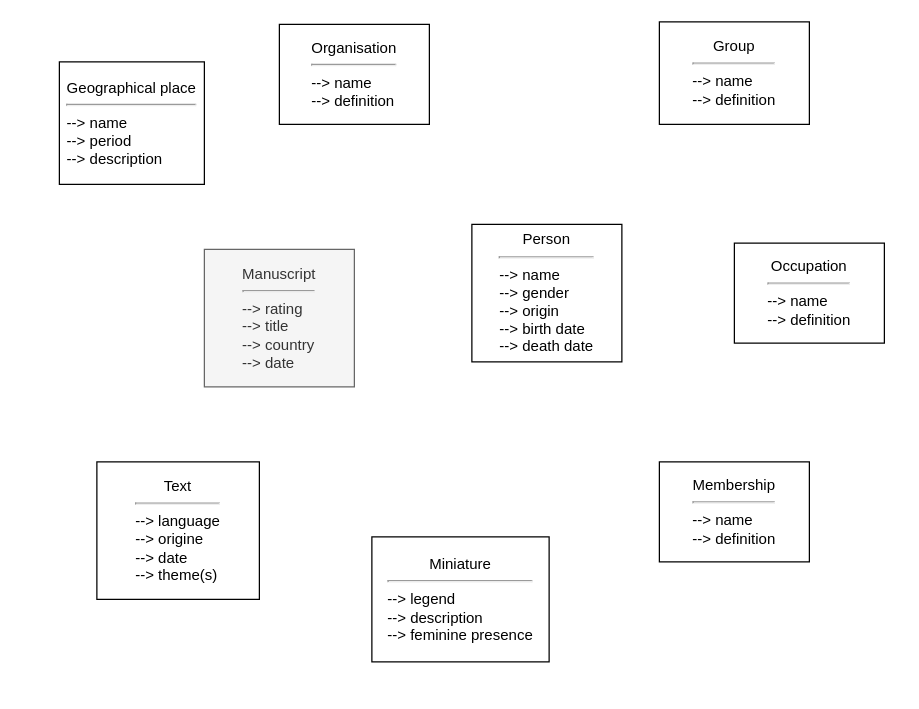
Earlier version of the draw.io diagram Diagramme_manuscrits_enlluminés.drawio (ellieiri/enluminures_arthuriennes). Source tidied: cells renumbered, new cells numbered last; positions are measured from the earlier drawing's top-left corner, leaving out a move shared by most shapes. Both pictures are drawn from the tidied source at 125%, with x=0, y=0 at pixel (59, 21).
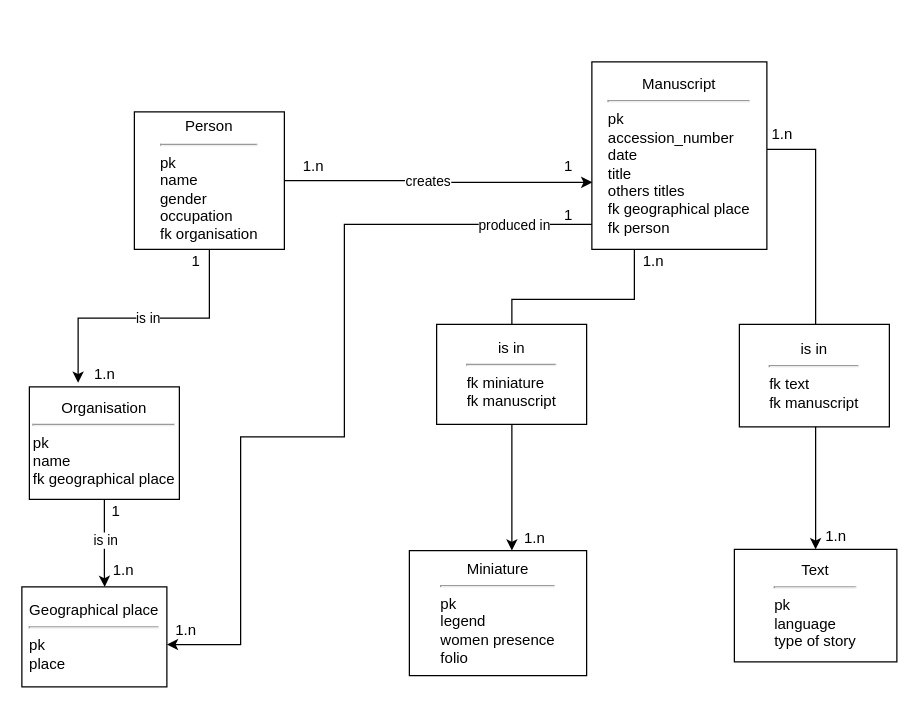
After the change.

Commit message:
Mettre à jour Diagramme_manuscrits_enlluminés.drawio

The edit, as a diff of the source:
```diff
@@
+    <mxCell id="11" style="edgeStyle=orthogonalEdgeStyle;rounded=0;jettySize=auto;html=1;exitX=0;exitY=0.75;exitDx=0;exitDy=0;" parent="1" edge="1" source="2">
+      <mxGeometry relative="1" as="geometry">
+        <mxPoint x="86" y="498.1" as="targetPoint" />
+        <Array as="points">
+          <mxPoint x="430" y="162" />
+          <mxPoint x="228" y="162" />
+          <mxPoint x="228" y="332" />
+          <mxPoint x="145" y="332" />
+          <mxPoint x="145" y="498" />
+        </Array>
+      </mxGeometry>
+    </mxCell>
+    <mxCell id="12" value="produced in" style="edgeLabel;html=1;align=center;verticalAlign=middle;" parent="11" vertex="1">
+      <mxGeometry x="-0.75" relative="1" as="geometry" />
+    </mxCell>
+    <mxCell id="13" style="edgeStyle=orthogonalEdgeStyle;rounded=0;jettySize=auto;html=1;" parent="1" edge="1" source="2" target="4">
+      <mxGeometry relative="1" as="geometry">
+        <Array as="points">
+          <mxPoint x="460" y="222" />
+          <mxPoint x="362" y="222" />
+        </Array>
+      </mxGeometry>
+    </mxCell>
+    <mxCell id="14" style="edgeStyle=orthogonalEdgeStyle;rounded=0;jettySize=auto;html=1;entryX=0.5;entryY=0;entryDx=0;entryDy=0;" parent="1" edge="1" source="2" target="5">
+      <mxGeometry relative="1" as="geometry">
+        <Array as="points">
+          <mxPoint x="605" y="102" />
+        </Array>
+      </mxGeometry>
+    </mxCell>
-    <mxCell id="2" value="&lt;div&gt;Manuscript&lt;/div&gt;&lt;div&gt;&lt;hr&gt;&lt;/div&gt;&lt;div align=&quot;left&quot;&gt;--&amp;gt; rating&lt;br&gt;--&amp;gt; title&lt;br&gt;--&amp;gt; country&lt;br&gt;--&amp;gt; date&lt;br&gt;&lt;/div&gt;" style="rounded=0;whiteSpace=wrap;html=1;fillColor=#f5f5f5;strokeColor=#666666;fontColor=#333333;" parent="1" vertex="1">
-      <mxGeometry x="116" y="182" width="120" height="110" as="geometry" />
+    <mxCell id="2" value="&lt;div&gt;Manuscript&lt;/div&gt;&lt;div&gt;&lt;hr&gt;&lt;/div&gt;&lt;div align=&quot;left&quot;&gt;pk&lt;/div&gt;&lt;div align=&quot;left&quot;&gt;accession_number&lt;/div&gt;&lt;div align=&quot;left&quot;&gt;date&lt;/div&gt;&lt;div align=&quot;left&quot;&gt;title&lt;/div&gt;&lt;div align=&quot;left&quot;&gt;others titles&lt;/div&gt;&lt;div align=&quot;left&quot;&gt;fk geographical place&lt;/div&gt;&lt;div align=&quot;left&quot;&gt;fk person&lt;br&gt;&lt;/div&gt;" style="rounded=0;whiteSpace=wrap;html=1;" parent="1" vertex="1">
+      <mxGeometry x="426" y="32" width="140" height="150" as="geometry" />
     </mxCell>
+    <mxCell id="15" style="edgeStyle=orthogonalEdgeStyle;rounded=0;jettySize=auto;html=1;entryX=0.571;entryY=0.001;entryDx=0;entryDy=0;entryPerimeter=0;" parent="1" edge="1" source="3" target="6">
+      <mxGeometry relative="1" as="geometry">
+        <Array as="points">
+          <mxPoint x="36" y="442" />
+          <mxPoint x="36" y="442" />
+        </Array>
+      </mxGeometry>
+    </mxCell>
+    <mxCell id="16" value="is in" style="edgeLabel;html=1;align=center;verticalAlign=middle;" parent="15" vertex="1">
+      <mxGeometry x="-0.08" y="-1" relative="1" as="geometry">
+        <mxPoint x="1" as="offset" />
+      </mxGeometry>
+    </mxCell>
-    <mxCell id="3" value="&lt;div&gt;Organisation&lt;br&gt;&lt;/div&gt;&lt;div&gt;&lt;hr&gt;&lt;/div&gt;&lt;div align=&quot;left&quot;&gt;--&amp;gt; name&lt;br&gt;--&amp;gt; definition&lt;br&gt;&lt;/div&gt;" style="rounded=0;whiteSpace=wrap;html=1;" parent="1" vertex="1">
-      <mxGeometry x="176" y="2" width="120" height="80" as="geometry" />
+    <mxCell id="3" value="&lt;div&gt;Organisation&lt;br&gt;&lt;/div&gt;&lt;div&gt;&lt;hr&gt;&lt;/div&gt;&lt;div align=&quot;left&quot;&gt;pk&lt;br&gt;name&lt;/div&gt;&lt;div align=&quot;left&quot;&gt;fk geographical place&lt;br&gt;&lt;/div&gt;" style="rounded=0;whiteSpace=wrap;html=1;" parent="1" vertex="1">
+      <mxGeometry x="-24" y="292" width="120" height="90" as="geometry" />
     </mxCell>
-    <mxCell id="4" value="&lt;div&gt;Miniature&lt;br&gt;&lt;/div&gt;&lt;div&gt;&lt;hr&gt;&lt;/div&gt;&lt;div align=&quot;left&quot;&gt;--&amp;gt; legend&lt;br&gt;--&amp;gt; description&lt;br&gt;--&amp;gt; feminine presence&lt;br&gt;&lt;/div&gt;" style="rounded=0;whiteSpace=wrap;html=1;" parent="1" vertex="1">
-      <mxGeometry x="250" y="412" width="141.8" height="100" as="geometry" />
+    <mxCell id="4" value="&lt;div&gt;Miniature&lt;br&gt;&lt;/div&gt;&lt;div&gt;&lt;hr&gt;&lt;/div&gt;&lt;div align=&quot;left&quot;&gt;pk&lt;/div&gt;&lt;div align=&quot;left&quot;&gt;legend&lt;/div&gt;&lt;div align=&quot;left&quot;&gt;women presence&lt;/div&gt;&lt;div align=&quot;left&quot;&gt;folio&lt;br&gt;&lt;/div&gt;" style="rounded=0;whiteSpace=wrap;html=1;" parent="1" vertex="1">
+      <mxGeometry x="280" y="423" width="141.8" height="100" as="geometry" />
     </mxCell>
-    <mxCell id="5" value="&lt;div align=&quot;center&quot;&gt;Text&lt;/div&gt;&lt;div align=&quot;center&quot;&gt;&lt;hr&gt;&lt;/div&gt;&lt;div align=&quot;left&quot;&gt;--&amp;gt; language&lt;br&gt;--&amp;gt; origine&lt;br&gt;--&amp;gt; date&lt;br&gt;--&amp;gt; theme(s)&lt;br&gt;&lt;/div&gt;" style="rounded=0;whiteSpace=wrap;html=1;align=center;" parent="1" vertex="1">
-      <mxGeometry x="30" y="352" width="130" height="110" as="geometry" />
+    <mxCell id="5" value="&lt;div align=&quot;center&quot;&gt;Text&lt;/div&gt;&lt;div align=&quot;center&quot;&gt;&lt;hr&gt;&lt;/div&gt;&lt;div align=&quot;left&quot;&gt;pk&lt;/div&gt;&lt;div align=&quot;left&quot;&gt;language&lt;/div&gt;&lt;div align=&quot;left&quot;&gt;type of story&lt;br&gt;&lt;/div&gt;" style="rounded=0;whiteSpace=wrap;html=1;align=center;" parent="1" vertex="1">
+      <mxGeometry x="540" y="422" width="130" height="90" as="geometry" />
     </mxCell>
-    <mxCell id="6" value="&lt;div&gt;Geographical place&lt;br&gt;&lt;/div&gt;&lt;div&gt;&lt;hr&gt;&lt;/div&gt;&lt;div align=&quot;left&quot;&gt;--&amp;gt; name&lt;br&gt;--&amp;gt; period&lt;br&gt;--&amp;gt; description&lt;br&gt;&lt;/div&gt;" style="rounded=0;whiteSpace=wrap;html=1;" parent="1" vertex="1">
-      <mxGeometry y="32" width="116" height="98" as="geometry" />
+    <mxCell id="6" value="&lt;div&gt;Geographical place&lt;br&gt;&lt;/div&gt;&lt;div&gt;&lt;hr&gt;&lt;/div&gt;&lt;div align=&quot;left&quot;&gt;pk&lt;/div&gt;&lt;div align=&quot;left&quot;&gt;place&lt;br&gt;&lt;/div&gt;" style="rounded=0;whiteSpace=wrap;html=1;" parent="1" vertex="1">
+      <mxGeometry x="-30" y="452" width="116" height="80" as="geometry" />
     </mxCell>
+    <mxCell id="17" style="edgeStyle=orthogonalEdgeStyle;rounded=0;jettySize=auto;html=1;entryX=1.152;entryY=0.913;entryDx=0;entryDy=0;entryPerimeter=0;" parent="1" edge="1" source="7" target="21">
+      <mxGeometry relative="1" as="geometry" />
+    </mxCell>
+    <mxCell id="18" value="creates" style="edgeLabel;html=1;align=center;verticalAlign=middle;" parent="17" vertex="1">
+      <mxGeometry x="-0.1" y="1" relative="1" as="geometry">
+        <mxPoint x="5" as="offset" />
+      </mxGeometry>
+    </mxCell>
+    <mxCell id="19" style="edgeStyle=orthogonalEdgeStyle;rounded=0;jettySize=auto;html=1;entryX=0.325;entryY=-0.036;entryDx=0;entryDy=0;entryPerimeter=0;" parent="1" edge="1" source="7" target="3">
+      <mxGeometry relative="1" as="geometry" />
+    </mxCell>
+    <mxCell id="20" value="is in" style="edgeLabel;html=1;align=center;verticalAlign=middle;" parent="19" vertex="1">
+      <mxGeometry x="0.03" y="-1" relative="1" as="geometry">
+        <mxPoint x="4" as="offset" />
+      </mxGeometry>
+    </mxCell>
-    <mxCell id="7" value="&lt;div&gt;Person&lt;br&gt;&lt;/div&gt;&lt;div&gt;&lt;hr&gt;&lt;/div&gt;&lt;div align=&quot;left&quot;&gt;--&amp;gt; name&lt;br&gt;&lt;/div&gt;&lt;div align=&quot;left&quot;&gt;--&amp;gt; gender&lt;br&gt;&lt;/div&gt;&lt;div align=&quot;left&quot;&gt;--&amp;gt; origin&lt;br&gt;--&amp;gt; birth date&lt;/div&gt;&lt;div align=&quot;left&quot;&gt;--&amp;gt; death date&lt;/div&gt;" style="rounded=0;whiteSpace=wrap;html=1;" parent="1" vertex="1">
-      <mxGeometry x="330" y="162" width="120" height="110" as="geometry" />
+    <mxCell id="7" value="&lt;div&gt;Person&lt;br&gt;&lt;/div&gt;&lt;div&gt;&lt;hr&gt;&lt;/div&gt;&lt;div align=&quot;left&quot;&gt;pk&lt;/div&gt;&lt;div align=&quot;left&quot;&gt;name&lt;/div&gt;&lt;div align=&quot;left&quot;&gt;gender&lt;/div&gt;&lt;div align=&quot;left&quot;&gt;occupation&lt;/div&gt;&lt;div align=&quot;left&quot;&gt;fk organisation&lt;br&gt;&lt;/div&gt;" style="rounded=0;whiteSpace=wrap;html=1;" parent="1" vertex="1">
+      <mxGeometry x="60" y="72" width="120" height="110" as="geometry" />
     </mxCell>
-    <mxCell id="8" value="&lt;div&gt;Occupation&lt;br&gt;&lt;/div&gt;&lt;div&gt;&lt;hr&gt;&lt;/div&gt;&lt;div align=&quot;left&quot;&gt;--&amp;gt; name&lt;br&gt;&lt;/div&gt;&lt;div align=&quot;left&quot;&gt;--&amp;gt; definition&lt;br&gt;&lt;/div&gt;" style="rounded=0;whiteSpace=wrap;html=1;" parent="1" vertex="1">
-      <mxGeometry x="540" y="177" width="120" height="80" as="geometry" />
+    <mxCell id="8" value="&lt;div&gt;is in&lt;br&gt;&lt;/div&gt;&lt;div&gt;&lt;hr&gt;&lt;/div&gt;&lt;div align=&quot;left&quot;&gt;fk miniature&lt;br&gt;&lt;/div&gt;&lt;div align=&quot;left&quot;&gt;fk manuscript&lt;br&gt;&lt;/div&gt;" style="rounded=0;whiteSpace=wrap;html=1;" parent="1" vertex="1">
+      <mxGeometry x="301.8" y="242" width="120" height="80" as="geometry" />
     </mxCell>
-    <mxCell id="9" value="&lt;div&gt;Membership&lt;br&gt;&lt;/div&gt;&lt;div&gt;&lt;hr&gt;&lt;/div&gt;&lt;div align=&quot;left&quot;&gt;--&amp;gt; name&lt;br&gt;--&amp;gt; definition&lt;br&gt;&lt;/div&gt;" style="rounded=0;whiteSpace=wrap;html=1;" parent="1" vertex="1">
-      <mxGeometry x="480" y="352" width="120" height="80" as="geometry" />
-    </mxCell>
-    <mxCell id="10" value="&lt;div&gt;Group&lt;br&gt;&lt;/div&gt;&lt;div&gt;&lt;hr&gt;&lt;/div&gt;&lt;div align=&quot;left&quot;&gt;--&amp;gt; name&lt;br&gt;--&amp;gt; definition&lt;br&gt;&lt;/div&gt;" style="rounded=0;whiteSpace=wrap;html=1;" parent="1" vertex="1">
-      <mxGeometry x="480" width="120" height="82" as="geometry" />
+    <mxCell id="10" value="&lt;div&gt;is in&lt;br&gt;&lt;/div&gt;&lt;div&gt;&lt;hr&gt;&lt;/div&gt;&lt;div align=&quot;left&quot;&gt;fk text&lt;/div&gt;&lt;div align=&quot;left&quot;&gt;fk manuscript&lt;br&gt;&lt;/div&gt;" style="rounded=0;whiteSpace=wrap;html=1;" parent="1" vertex="1">
+      <mxGeometry x="544" y="242" width="120" height="82" as="geometry" />
     </mxCell>
+    <mxCell id="21" value="1" style="text;html=1;align=center;verticalAlign=middle;points=[];strokeColor=none;fillColor=none;" parent="1" vertex="1">
+      <mxGeometry x="391.8" y="101" width="30" height="30" as="geometry" />
+    </mxCell>
+    <mxCell id="22" value="1.n" style="text;html=1;align=center;verticalAlign=middle;strokeColor=none;fillColor=none;" parent="1" vertex="1">
+      <mxGeometry x="183" y="101" width="40" height="30" as="geometry" />
+    </mxCell>
+    <mxCell id="23" value="1" style="text;html=1;align=center;verticalAlign=middle;strokeColor=none;fillColor=none;" parent="1" vertex="1">
+      <mxGeometry x="391.8" y="140" width="30" height="30" as="geometry" />
+    </mxCell>
+    <mxCell id="24" value="1" style="text;html=1;align=center;verticalAlign=middle;strokeColor=none;fillColor=none;" parent="1" vertex="1">
+      <mxGeometry x="30" y="377" width="30" height="30" as="geometry" />
+    </mxCell>
+    <mxCell id="25" value="1" style="text;html=1;align=center;verticalAlign=middle;strokeColor=none;fillColor=none;" parent="1" vertex="1">
+      <mxGeometry x="94" y="177" width="30" height="30" as="geometry" />
+    </mxCell>
+    <mxCell id="26" value="1.n" style="text;html=1;align=center;verticalAlign=middle;strokeColor=none;fillColor=none;" parent="1" vertex="1">
+      <mxGeometry x="16" y="267" width="40" height="30" as="geometry" />
+    </mxCell>
+    <mxCell id="27" value="1.n" style="text;html=1;align=center;verticalAlign=middle;strokeColor=none;fillColor=none;" parent="1" vertex="1">
+      <mxGeometry x="81" y="472" width="40" height="30" as="geometry" />
+    </mxCell>
+    <mxCell id="28" value="1.n" style="text;html=1;align=center;verticalAlign=middle;strokeColor=none;fillColor=none;" parent="1" vertex="1">
+      <mxGeometry x="31" y="424" width="40" height="30" as="geometry" />
+    </mxCell>
+    <mxCell id="29" value="1.n" style="text;html=1;align=center;verticalAlign=middle;strokeColor=none;fillColor=none;" parent="1" vertex="1">
+      <mxGeometry x="360" y="398" width="40" height="30" as="geometry" />
+    </mxCell>
+    <mxCell id="30" value="1.n" style="text;html=1;align=center;verticalAlign=middle;strokeColor=none;fillColor=none;" parent="1" vertex="1">
+      <mxGeometry x="455" y="177" width="40" height="30" as="geometry" />
+    </mxCell>
+    <mxCell id="31" value="1.n" style="text;html=1;align=center;verticalAlign=middle;strokeColor=none;fillColor=none;" parent="1" vertex="1">
+      <mxGeometry x="558" y="75" width="40" height="30" as="geometry" />
+    </mxCell>
+    <mxCell id="32" value="1.n" style="text;html=1;align=center;verticalAlign=middle;strokeColor=none;fillColor=none;" parent="1" vertex="1">
+      <mxGeometry x="601" y="397" width="40" height="30" as="geometry" />
+    </mxCell>
```
